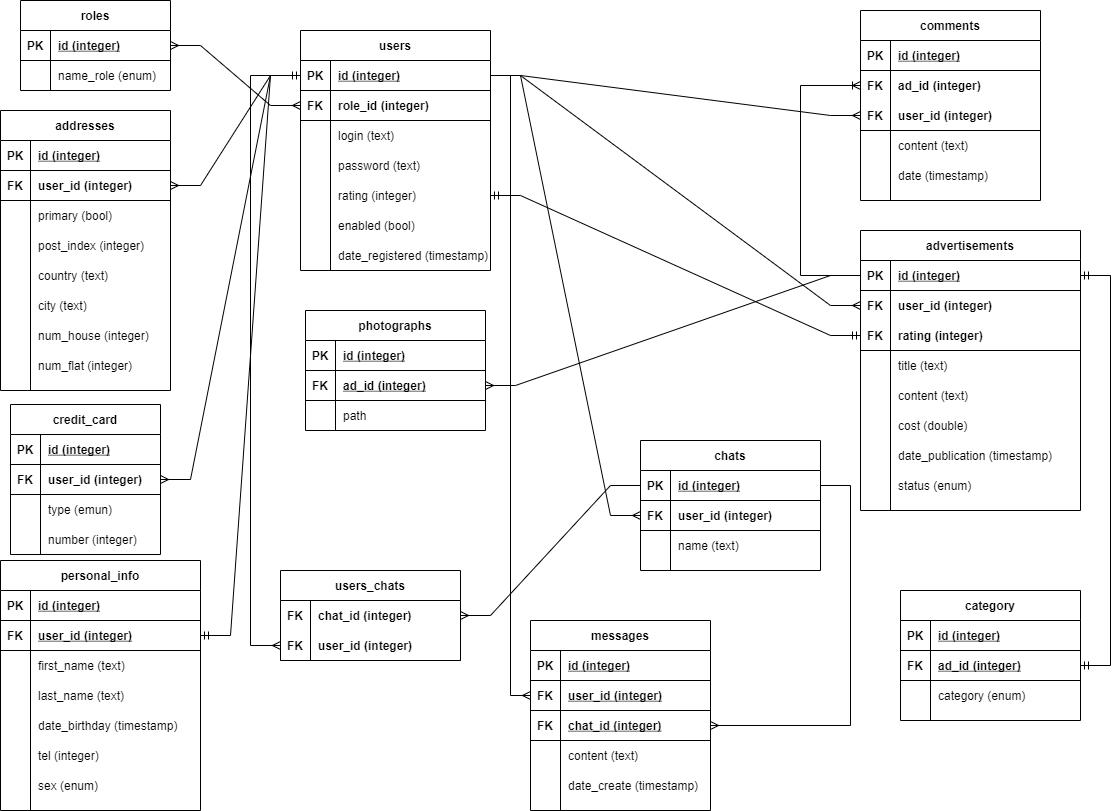
ElisBuh/PrivateAdvertisements keeps this draw.io diagram as DiagramaSQL/Er.png. Above is the earlier version. Source tidied: cells renumbered, new cells last; positions are measured from the earlier drawing's top-left corner, leaving out a move shared by most shapes.
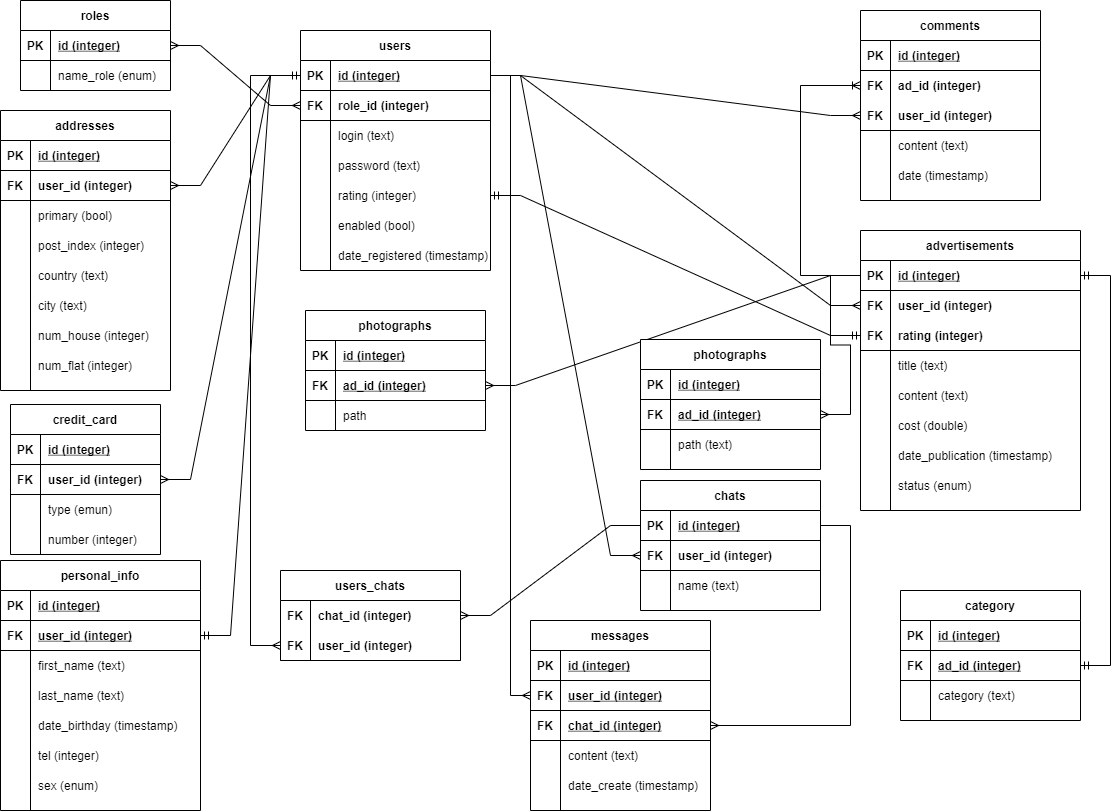
Later version of the same file.

Change to the diagram source:
```diff
@@ -350,7 +350,7 @@
       <mxGeometry relative="1" as="geometry" />
     </mxCell>
     <mxCell id="116" value="chats" style="shape=table;startSize=30;rowLines=0;fontStyle=1;align=center;strokeColor=default;" parent="1" vertex="1">
-      <mxGeometry x="640" y="440" width="180" height="130" as="geometry" />
+      <mxGeometry x="640" y="480" width="180" height="130" as="geometry" />
     </mxCell>
     <mxCell id="117" style="shape=partialRectangle;fillColor=none;top=0;left=0;bottom=1;right=0;points=[[0,0.5],[1,0.5]];portConstraint=eastwest;strokeColor=default;" parent="116" vertex="1">
       <mxGeometry y="30" width="180" height="30" as="geometry" />
@@ -500,7 +500,7 @@
     <mxCell id="162" style="shape=partialRectangle;fillColor=none;top=0;left=0;bottom=0;right=0;overflow=hidden;" parent="161" vertex="1">
       <mxGeometry width="30" height="30" as="geometry" />
     </mxCell>
-    <mxCell id="163" value="category (enum)" style="shape=partialRectangle;fillColor=none;top=0;left=0;bottom=0;right=0;align=left;spacingLeft=6;overflow=hidden;" parent="161" vertex="1">
+    <mxCell id="163" value="category (text)" style="shape=partialRectangle;fillColor=none;top=0;left=0;bottom=0;right=0;align=left;spacingLeft=6;overflow=hidden;" parent="161" vertex="1">
       <mxGeometry x="30" width="150" height="30" as="geometry" />
     </mxCell>
     <mxCell id="164" style="edgeStyle=entityRelationEdgeStyle;fontSize=12;html=1;endArrow=ERmandOne;startArrow=ERmandOne;rounded=0;entryX=1;entryY=0.5;entryDx=0;entryDy=0;" parent="1" edge="1" source="158" target="72">
@@ -611,5 +611,38 @@
     <mxCell id="199" style="edgeStyle=entityRelationEdgeStyle;fontSize=12;html=1;endArrow=ERmany;rounded=0;entryX=1;entryY=0.5;entryDx=0;entryDy=0;" parent="1" edge="1" source="72" target="193">
       <mxGeometry relative="1" as="geometry" />
     </mxCell>
+    <mxCell id="200" value="photographs" style="shape=table;startSize=30;rowLines=0;fontStyle=1;align=center;" parent="1" vertex="1">
+      <mxGeometry x="640" y="339" width="180" height="130" as="geometry" />
+    </mxCell>
+    <mxCell id="201" style="shape=partialRectangle;fillColor=none;top=0;left=0;bottom=1;right=0;" parent="200" vertex="1">
+      <mxGeometry y="30" width="180" height="30" as="geometry" />
+    </mxCell>
+    <mxCell id="202" value="PK" style="shape=partialRectangle;fillColor=none;top=0;left=0;bottom=0;right=0;fontStyle=1;overflow=hidden;" parent="201" vertex="1">
+      <mxGeometry width="30" height="30" as="geometry" />
+    </mxCell>
+    <mxCell id="203" value="id (integer)" style="shape=partialRectangle;fillColor=none;top=0;left=0;bottom=0;right=0;align=left;spacingLeft=6;fontStyle=5;overflow=hidden;" parent="201" vertex="1">
+      <mxGeometry x="30" width="150" height="30" as="geometry" />
+    </mxCell>
+    <mxCell id="204" style="shape=partialRectangle;fillColor=none;top=0;left=0;bottom=1;right=0;points=[[0,0.5],[1,0.5]];portConstraint=eastwest;" parent="200" vertex="1">
+      <mxGeometry y="60" width="180" height="30" as="geometry" />
+    </mxCell>
+    <mxCell id="205" value="FK" style="shape=partialRectangle;fillColor=none;top=0;left=0;bottom=0;right=0;fontStyle=1;overflow=hidden;" parent="204" vertex="1">
+      <mxGeometry width="30" height="30" as="geometry" />
+    </mxCell>
+    <mxCell id="206" value="ad_id (integer)" style="shape=partialRectangle;fillColor=none;top=0;left=0;bottom=0;right=0;align=left;spacingLeft=6;fontStyle=5;overflow=hidden;" parent="204" vertex="1">
+      <mxGeometry x="30" width="150" height="30" as="geometry" />
+    </mxCell>
+    <mxCell id="207" style="shape=partialRectangle;fillColor=none;top=0;left=0;bottom=0;right=0;" parent="200" vertex="1">
+      <mxGeometry y="90" width="180" height="30" as="geometry" />
+    </mxCell>
+    <mxCell id="208" style="shape=partialRectangle;fillColor=none;top=0;left=0;bottom=0;right=0;overflow=hidden;" parent="207" vertex="1">
+      <mxGeometry width="30" height="30" as="geometry" />
+    </mxCell>
+    <mxCell id="209" value="path (text)" style="shape=partialRectangle;fillColor=none;top=0;left=0;bottom=0;right=0;align=left;spacingLeft=6;overflow=hidden;" parent="207" vertex="1">
+      <mxGeometry x="30" width="150" height="30" as="geometry" />
+    </mxCell>
+    <mxCell id="210" style="edgeStyle=entityRelationEdgeStyle;fontSize=12;html=1;endArrow=ERmany;rounded=0;entryX=1;entryY=0.5;entryDx=0;entryDy=0;" parent="1" edge="1" source="72" target="204">
+      <mxGeometry relative="1" as="geometry" />
+    </mxCell>
   </root>
 </mxGraphModel>
```
